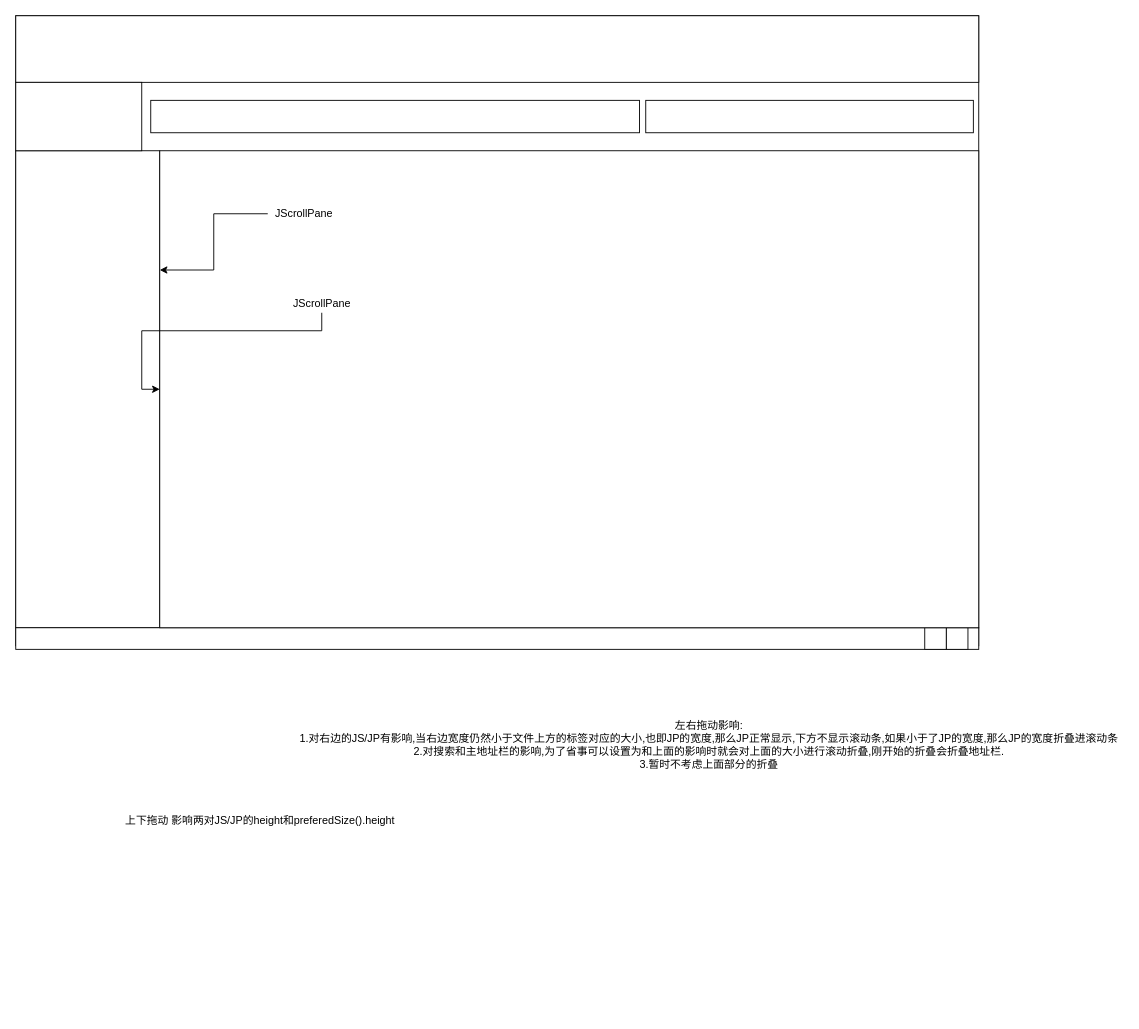
Above: src/main/resources/filechild.drawio in Basicconstruction/File_explorer (draw.io), before the change. Source tidied: cells renumbered, new cells numbered last; positions are measured from the earlier drawing's top-left corner, leaving out a move shared by most shapes. Both pictures are drawn from the tidied source at 90%, with x=0, y=0 at pixel (15, 15).
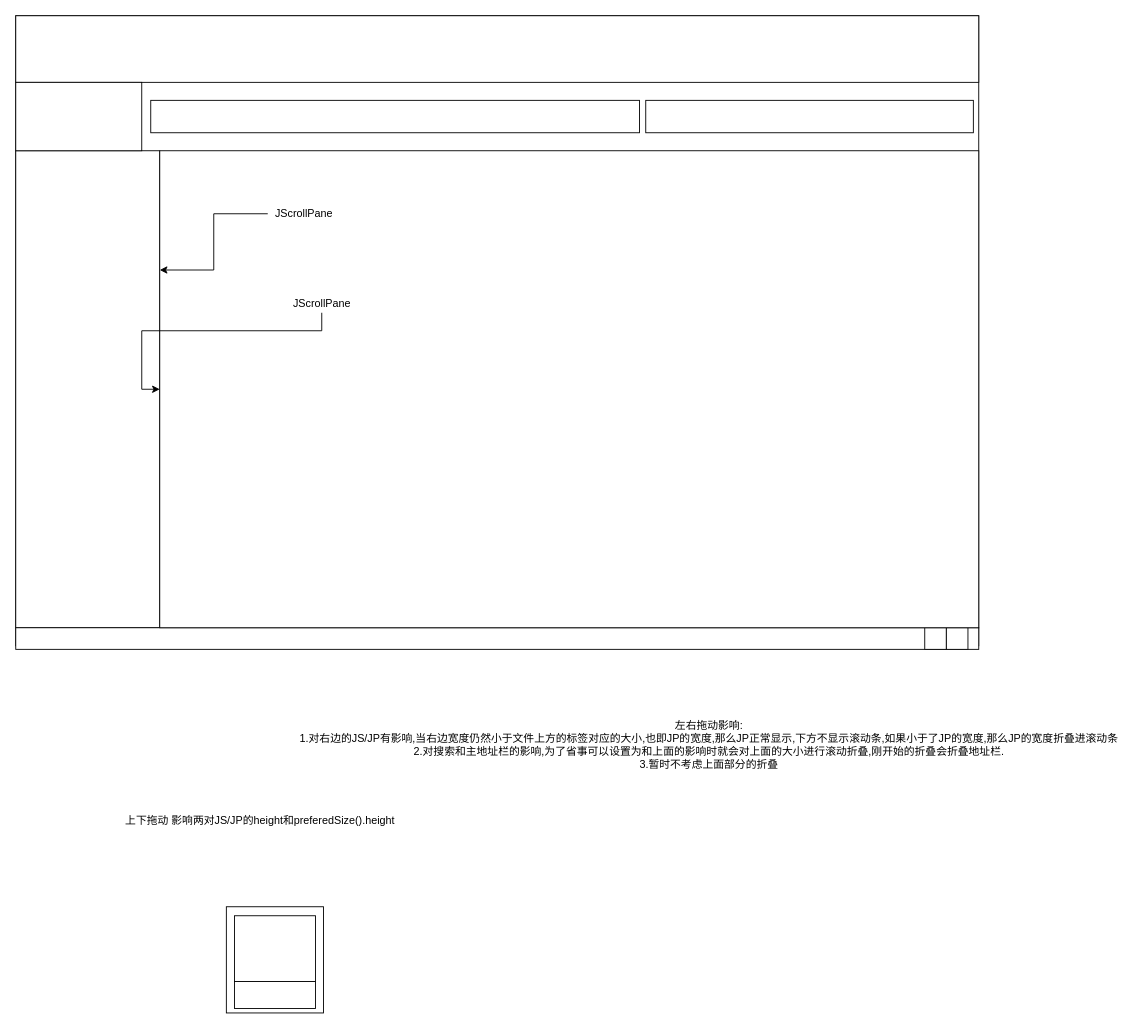
Above is the later version.

The edit, as a diff of the source:
```diff
@@
+    <mxCell id="18" style="rounded=0;whiteSpace=wrap;html=1;" parent="1" vertex="1">
+      <mxGeometry x="234" y="990" width="108" height="118" as="geometry" />
+    </mxCell>
+    <mxCell id="19" style="rounded=0;whiteSpace=wrap;html=1;" parent="1" vertex="1">
+      <mxGeometry x="243" y="1000" width="90" height="73" as="geometry" />
+    </mxCell>
+    <mxCell id="20" style="rounded=0;whiteSpace=wrap;html=1;" parent="1" vertex="1">
+      <mxGeometry x="243" y="1073" width="90" height="30" as="geometry" />
+    </mxCell>
```
